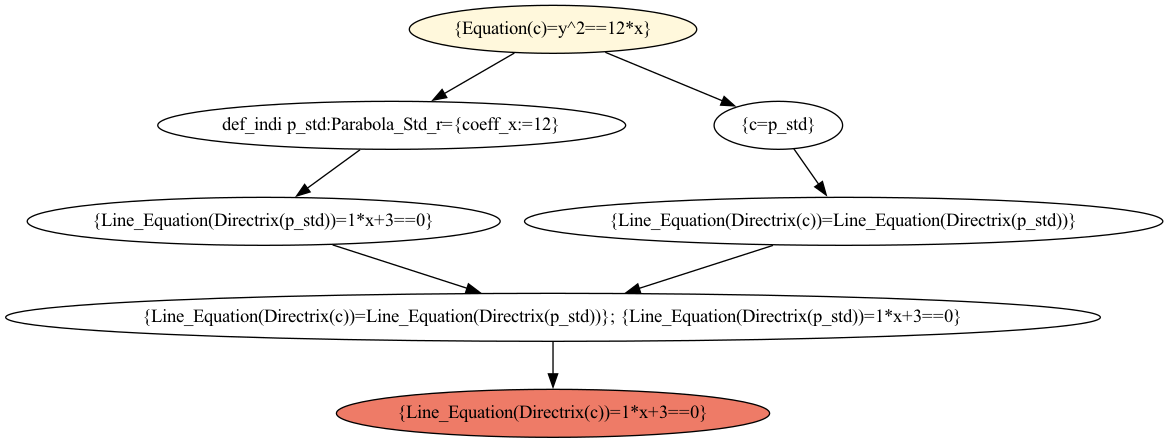
Above: reasoning_engine/solving_process.png in trapped-beast/KE_Reasoning_Engine (Graphviz), before the change. Its source is kept beside it as reasoning_engine/solving_process.dot. The source it was exported from:
```dot
digraph solving_process {
	graph [bb="0,0,867.94,324"];
	node [label="\N"];
	"{Equation(c)=y^2==12*x}"	[fillcolor=cornsilk,
		height=0.5,
		pos="410.76,306",
		style=filled,
		width=2.997];
	"def_indi p_std:Parabola_Std_r={coeff_x:=12}"	[height=0.5,
		pos="289.76,234",
		width=4.8746];
	"{Equation(c)=y^2==12*x}" -> "def_indi p_std:Parabola_Std_r={coeff_x:=12}"	[pos="e,319.35,252.12 381.78,288.23 366,279.1 346.25,267.68 329.1,257.76"];
	"{c=p_std}"	[height=0.5,
		pos="579.76,234",
		width=1.336];
	"{Equation(c)=y^2==12*x}" -> "{c=p_std}"	[pos="e,548.4,247.99 449.96,288.76 476.27,277.87 510.9,263.52 537.77,252.39"];
	"{Line_Equation(Directrix(p_std))=1*x+3==0}"	[height=0.5,
		pos="193.76,162",
		width=4.9287];
	"def_indi p_std:Parabola_Std_r={coeff_x:=12}" -> "{Line_Equation(Directrix(p_std))=1*x+3==0}"	[pos="e,217.22,180.1 266.03,215.7 254.06,206.97 239.35,196.24 226.34,186.75"];
	"{Line_Equation(Directrix(c))=Line_Equation(Directrix(p_std))}"	[height=0.5,
		pos="628.76,162",
		width=6.6439];
	"{c=p_std}" -> "{Line_Equation(Directrix(c))=Line_Equation(Directrix(p_std))}"	[pos="e,616.55,180.45 591.38,216.41 596.95,208.45 603.76,198.72 610.03,189.76"];
	"{Line_Equation(Directrix(c))=Line_Equation(Directrix(p_std))}; {Line_Equation(Directrix(p_std))=1*x+3==0}"	[height=0.5,
		pos="410.76,90",
		width=11.41];
	"{Line_Equation(Directrix(p_std))=1*x+3==0}" -> "{Line_Equation(Directrix(c))=Line_Equation(Directrix(p_std))}; {Line_Equation(Directrix(p_std))=1*x+3==0}"	[pos="e,357.19,108.28 245.46,144.32 275.76,134.55 314.29,122.12 346.52,111.72"];
	"{Line_Equation(Directrix(c))=Line_Equation(Directrix(p_std))}" -> "{Line_Equation(Directrix(c))=Line_Equation(Directrix(p_std))}; {Line_Equation(Directrix(p_std))=1*x+3==0}"	[pos="e,464.43,108.23 575.71,143.97 545.37,134.22 507.08,121.93 475.04,111.64"];
	"{Line_Equation(Directrix(c))=1*x+3==0}"	[fillcolor="#ee7b67",
		height=0.5,
		pos="410.76,18",
		style=filled,
		width=4.5135];
	"{Line_Equation(Directrix(c))=Line_Equation(Directrix(p_std))}; {Line_Equation(Directrix(p_std))=1*x+3==0}" -> "{Line_Equation(Directrix(c))=1*x+3==0}"	[pos="e,410.76,36.104 410.76,71.697 410.76,64.407 410.76,55.726 410.76,47.536"];
}
```
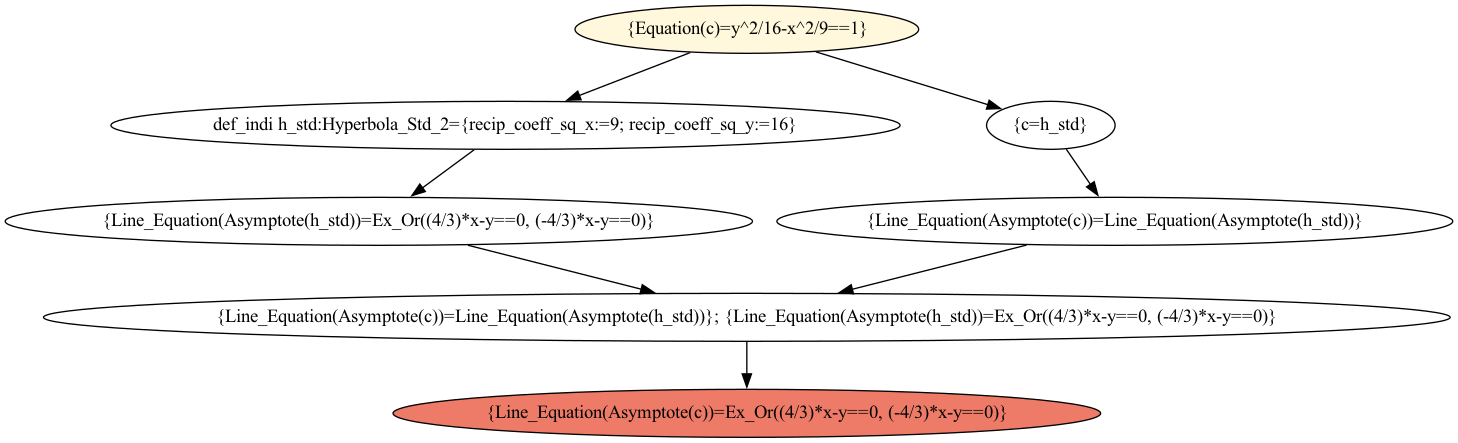
After the change.

Diff of the diagram source:
```diff
@@ -1,36 +1,40 @@
 digraph solving_process {
-	graph [bb="0,0,867.94,324"];
+	graph [bb="0,0,1085.6,324"];
 	node [label="\N"];
-	"{Equation(c)=y^2==12*x}"	[fillcolor=cornsilk,
+	"{Equation(c)=y^2/16-x^2/9==1}"	[fillcolor=cornsilk,
 		height=0.5,
-		pos="410.76,306",
+		pos="556.13,306",
 		style=filled,
-		width=2.997];
-	"def_indi p_std:Parabola_Std_r={coeff_x:=12}"	[height=0.5,
-		pos="289.76,234",
-		width=4.8746];
-	"{Equation(c)=y^2==12*x}" -> "def_indi p_std:Parabola_Std_r={coeff_x:=12}"	[pos="e,319.35,252.12 381.78,288.23 366,279.1 346.25,267.68 329.1,257.76"];
-	"{c=p_std}"	[height=0.5,
-		pos="579.76,234",
+		width=3.5747];
+	"def_indi h_std:Hyperbola_Std_2={recip_coeff_sq_x:=9; recip_coeff_sq_y:=16}"	[height=0.5,
+		pos="375.13,234",
+		width=8.2145];
+	"{Equation(c)=y^2/16-x^2/9==1}" -> "def_indi h_std:Hyperbola_Std_2={recip_coeff_sq_x:=9; recip_coeff_sq_y:=16}"	[pos="e,419.82,252.29 513.69,288.59 488.78,278.96 457.04,266.68 430.21,256.31"];
+	"{c=h_std}"	[height=0.5,
+		pos="784.13,234",
 		width=1.336];
-	"{Equation(c)=y^2==12*x}" -> "{c=p_std}"	[pos="e,548.4,247.99 449.96,288.76 476.27,277.87 510.9,263.52 537.77,252.39"];
-	"{Line_Equation(Directrix(p_std))=1*x+3==0}"	[height=0.5,
-		pos="193.76,162",
-		width=4.9287];
-	"def_indi p_std:Parabola_Std_r={coeff_x:=12}" -> "{Line_Equation(Directrix(p_std))=1*x+3==0}"	[pos="e,217.22,180.1 266.03,215.7 254.06,206.97 239.35,196.24 226.34,186.75"];
-	"{Line_Equation(Directrix(c))=Line_Equation(Directrix(p_std))}"	[height=0.5,
-		pos="628.76,162",
-		width=6.6439];
-	"{c=p_std}" -> "{Line_Equation(Directrix(c))=Line_Equation(Directrix(p_std))}"	[pos="e,616.55,180.45 591.38,216.41 596.95,208.45 603.76,198.72 610.03,189.76"];
-	"{Line_Equation(Directrix(c))=Line_Equation(Directrix(p_std))}; {Line_Equation(Directrix(p_std))=1*x+3==0}"	[height=0.5,
-		pos="410.76,90",
-		width=11.41];
-	"{Line_Equation(Directrix(p_std))=1*x+3==0}" -> "{Line_Equation(Directrix(c))=Line_Equation(Directrix(p_std))}; {Line_Equation(Directrix(p_std))=1*x+3==0}"	[pos="e,357.19,108.28 245.46,144.32 275.76,134.55 314.29,122.12 346.52,111.72"];
-	"{Line_Equation(Directrix(c))=Line_Equation(Directrix(p_std))}" -> "{Line_Equation(Directrix(c))=Line_Equation(Directrix(p_std))}; {Line_Equation(Directrix(p_std))=1*x+3==0}"	[pos="e,464.43,108.23 575.71,143.97 545.37,134.22 507.08,121.93 475.04,111.64"];
-	"{Line_Equation(Directrix(c))=1*x+3==0}"	[fillcolor="#ee7b67",
+	"{Equation(c)=y^2/16-x^2/9==1}" -> "{c=h_std}"	[pos="e,747.85,246.14 607.86,289.12 646.73,277.18 699.52,260.98 737.17,249.42"];
+	"{Line_Equation(Asymptote(h_std))=Ex_Or((4/3)*x-y==0, (-4/3)*x-y==0)}"	[height=0.5,
+		pos="280.13,162",
+		width=7.7813];
+	"def_indi h_std:Hyperbola_Std_2={recip_coeff_sq_x:=9; recip_coeff_sq_y:=16}" -> "{Line_Equation(Asymptote(h_std))=Ex_Or((4/3)*x-y==0, (-4/3)*x-y==0)}"	[pos="e,303.67,180.35 351.64,215.7 339.88,207.03 325.45,196.4 312.65,186.96"];
+	"{Line_Equation(Asymptote(c))=Line_Equation(Asymptote(h_std))}"	[height=0.5,
+		pos="832.13,162",
+		width=7.041];
+	"{c=h_std}" -> "{Line_Equation(Asymptote(c))=Line_Equation(Asymptote(h_std))}"	[pos="e,820.28,180.28 795.74,216.05 801.21,208.09 807.84,198.41 813.95,189.51"];
+	"{Line_Equation(Asymptote(c))=Line_Equation(Asymptote(h_std))}; {Line_Equation(Asymptote(h_std))=Ex_Or((4/3)*x-y==0, (-4/3)*x-y==\
+0)}"	[height=0.5,
+		pos="556.13,90",
+		width=14.66];
+	"{Line_Equation(Asymptote(h_std))=Ex_Or((4/3)*x-y==0, (-4/3)*x-y==0)}" -> "{Line_Equation(Asymptote(c))=Line_Equation(Asymptote(h_std))}; {Line_Equation(Asymptote(h_std))=Ex_Or((4/3)*x-y==0, (-4/3)*x-y==\
+0)}"	[pos="e,488.01,108.28 346.94,144.05 386.1,134.12 435.8,121.52 476.93,111.09"];
+	"{Line_Equation(Asymptote(c))=Line_Equation(Asymptote(h_std))}" -> "{Line_Equation(Asymptote(c))=Line_Equation(Asymptote(h_std))}; {Line_Equation(Asymptote(h_std))=Ex_Or((4/3)*x-y==0, (-4/3)*x-y==\
+0)}"	[pos="e,624.09,108.24 766.02,144.23 726.72,134.27 676.63,121.56 635.24,111.07"];
+	"{Line_Equation(Asymptote(c))=Ex_Or((4/3)*x-y==0, (-4/3)*x-y==0)}"	[fillcolor="#ee7b67",
 		height=0.5,
-		pos="410.76,18",
+		pos="556.13,18",
 		style=filled,
-		width=4.5135];
-	"{Line_Equation(Directrix(c))=Line_Equation(Directrix(p_std))}; {Line_Equation(Directrix(p_std))=1*x+3==0}" -> "{Line_Equation(Directrix(c))=1*x+3==0}"	[pos="e,410.76,36.104 410.76,71.697 410.76,64.407 410.76,55.726 410.76,47.536"];
+		width=7.366];
+	"{Line_Equation(Asymptote(c))=Line_Equation(Asymptote(h_std))}; {Line_Equation(Asymptote(h_std))=Ex_Or((4/3)*x-y==0, (-4/3)*x-y==\
+0)}" -> "{Line_Equation(Asymptote(c))=Ex_Or((4/3)*x-y==0, (-4/3)*x-y==0)}"	[pos="e,556.13,36.104 556.13,71.697 556.13,64.407 556.13,55.726 556.13,47.536"];
 }
```
